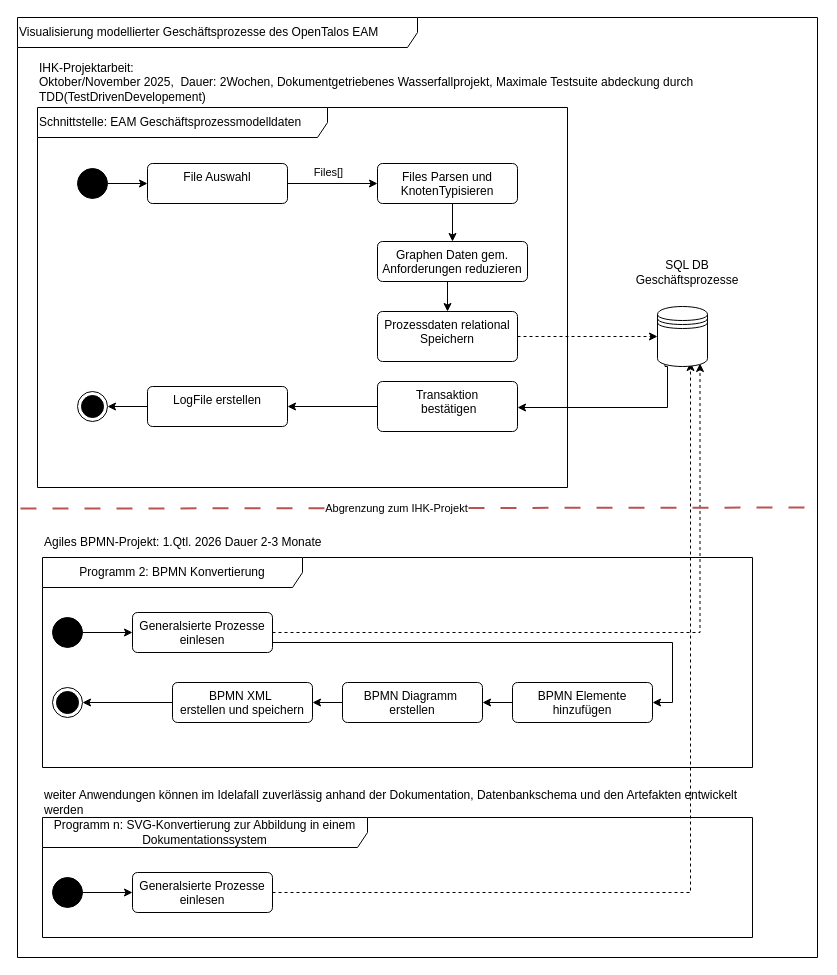
Above: projekt_ress/antrag/IHK-Projektantrag-V2_NeuerAnsatz.drawio in cjanta/ap2 (draw.io), before the change. Source tidied: cells renumbered, new cells numbered last; positions are measured from the earlier drawing's top-left corner, leaving out a move shared by most shapes. Both pictures are drawn from the tidied source at 100%, with x=0, y=0 at pixel (17, 17).
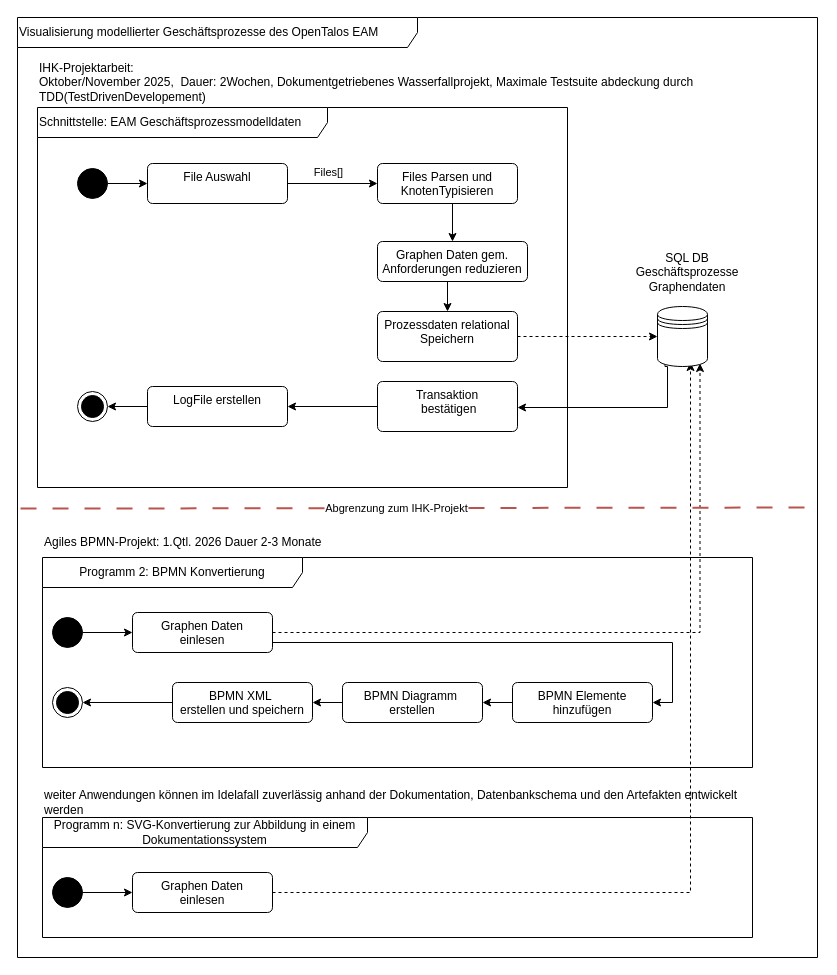
The same page after the edit.

The change refers to these unchanged cells:
```xml
<mxCell id="2" value="Visualisierung modellierter Geschäftsprozesse des OpenTalos EAM" style="shape=umlFrame;whiteSpace=wrap;html=1;width=400;height=30;align=left;" parent="1" vertex="1">
  <mxGeometry width="800" height="940" as="geometry" />
</mxCell>
<mxCell id="3" value="Programm 2: BPMN Konvertierung" style="shape=umlFrame;whiteSpace=wrap;html=1;width=260;height=30;" parent="2" vertex="1">
  <mxGeometry x="25" y="540" width="710" height="210" as="geometry" />
</mxCell>
<mxCell id="15" value="Programm n: SVG-Konvertierung zur Abbildung in einem Dokumentationssystem" style="shape=umlFrame;whiteSpace=wrap;html=1;width=325;height=30;" parent="2" vertex="1">
  <mxGeometry x="25" y="800" width="710" height="120" as="geometry" />
</mxCell>
```

The edit, as a diff of the source:
```diff
@@
-    <mxCell id="5" value="Generalsierte Prozesse&lt;div&gt;einlesen&lt;/div&gt;" style="html=1;align=center;verticalAlign=top;rounded=1;absoluteArcSize=1;arcSize=10;dashed=0;whiteSpace=wrap;" parent="3" vertex="1">
+    <mxCell id="5" value="Graphen Daten&lt;div&gt;einlesen&lt;/div&gt;" style="html=1;align=center;verticalAlign=top;rounded=1;absoluteArcSize=1;arcSize=10;dashed=0;whiteSpace=wrap;" parent="3" vertex="1">
       <mxGeometry x="90" y="55" width="140" height="40" as="geometry" />
     </mxCell>
@@
-    <mxCell id="16" value="Generalsierte Prozesse&lt;div&gt;einlesen&lt;/div&gt;" style="html=1;align=center;verticalAlign=top;rounded=1;absoluteArcSize=1;arcSize=10;dashed=0;whiteSpace=wrap;" parent="15" vertex="1">
+    <mxCell id="16" value="Graphen Daten&lt;div&gt;einlesen&lt;/div&gt;" style="html=1;align=center;verticalAlign=top;rounded=1;absoluteArcSize=1;arcSize=10;dashed=0;whiteSpace=wrap;" parent="15" vertex="1">
       <mxGeometry x="90" y="55" width="140" height="40" as="geometry" />
     </mxCell>
@@
-    <mxCell id="38" value="SQL DB&lt;br&gt;Geschäftsprozesse" style="text;html=1;align=center;verticalAlign=middle;whiteSpace=wrap;rounded=0;" parent="2" vertex="1">
+    <mxCell id="38" value="SQL DB&lt;br&gt;Geschäftsprozesse Graphendaten" style="text;html=1;align=center;verticalAlign=middle;whiteSpace=wrap;rounded=0;" parent="2" vertex="1">
       <mxGeometry x="640" y="240" width="60" height="30" as="geometry" />
     </mxCell>
```
